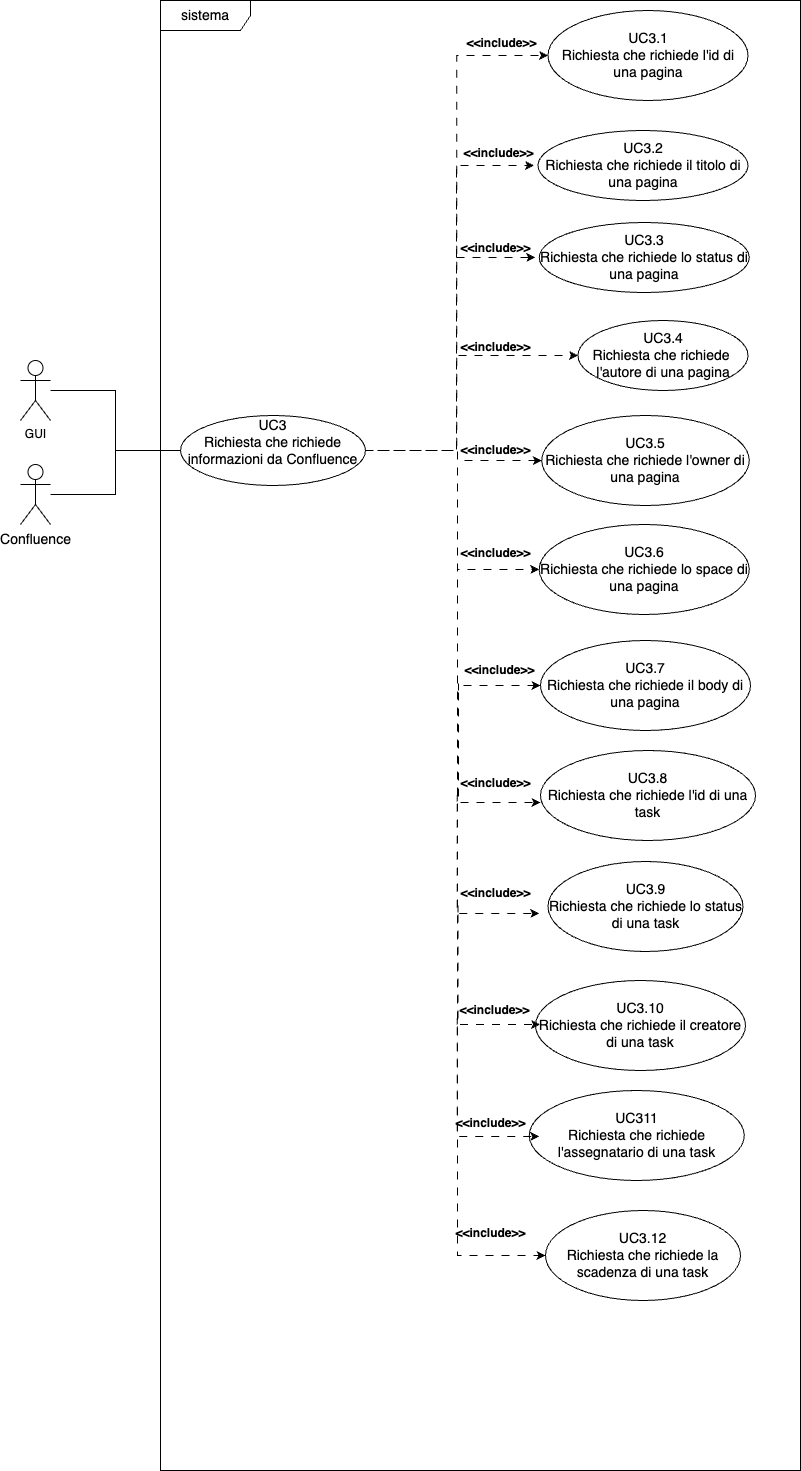
Earlier version of the draw.io export images/analisi-dei-requisiti/UCConfluence.png (SweeTenTeam/Docs). Source tidied: cells renumbered, new cells last; positions are measured from the earlier drawing's top-left corner, leaving out a move shared by most shapes.
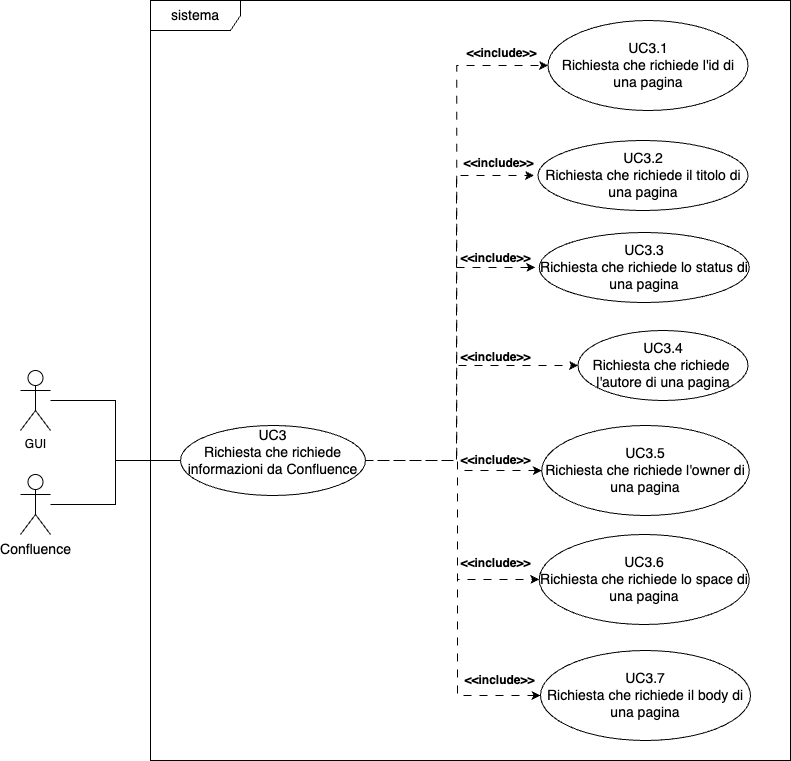
After the change.

What changed in the source:
```diff
@@ -3,7 +3,7 @@
     <mxCell id="0" />
     <mxCell id="1" parent="0" />
     <mxCell id="2" value="sistema" style="shape=umlFrame;whiteSpace=wrap;html=1;fontSize=14;width=90;height=30;" parent="1" vertex="1">
-      <mxGeometry x="140" width="640" height="1470" as="geometry" />
+      <mxGeometry x="130" y="-10" width="640" height="760" as="geometry" />
     </mxCell>
     <mxCell id="3" style="edgeStyle=orthogonalEdgeStyle;rounded=0;jettySize=auto;html=1;entryX=0;entryY=0.5;entryDx=0;entryDy=0;dashed=1;dashPattern=8 8;" parent="1" edge="1" source="11" target="18">
       <mxGeometry relative="1" as="geometry" />
@@ -64,15 +64,6 @@
         </Array>
       </mxGeometry>
     </mxCell>
-    <mxCell id="10" style="edgeStyle=orthogonalEdgeStyle;rounded=0;jettySize=auto;html=1;dashed=1;dashPattern=8 8;entryX=0;entryY=0.5;entryDx=0;entryDy=0;" parent="1" edge="1" target="36">
-      <mxGeometry relative="1" as="geometry">
-        <mxPoint x="342" y="450" as="sourcePoint" />
-        <Array as="points">
-          <mxPoint x="437" y="450" />
-          <mxPoint x="437" y="1255" />
-        </Array>
-      </mxGeometry>
-    </mxCell>
     <mxCell id="11" value="UC3&lt;div&gt;&lt;div&gt;Richiesta che richiede informazioni da Confluence&lt;/div&gt;&lt;div&gt;&lt;br&gt;&lt;/div&gt;&lt;/div&gt;" style="ellipse;whiteSpace=wrap;html=1;fontSize=14;" parent="1" vertex="1">
       <mxGeometry x="160" y="415" width="185" height="70" as="geometry" />
     </mxCell>
@@ -103,12 +94,6 @@
     <mxCell id="20" value="UC3.7&lt;div&gt;Richiesta che richiede il body di una pagina&lt;/div&gt;" style="ellipse;whiteSpace=wrap;html=1;fontSize=14;" parent="1" vertex="1">
       <mxGeometry x="520" y="640" width="210" height="90" as="geometry" />
     </mxCell>
-    <mxCell id="21" value="UC3.8&lt;div&gt;Richiesta che richiede l'id di una task&lt;/div&gt;" style="ellipse;whiteSpace=wrap;html=1;fontSize=14;" parent="1" vertex="1">
-      <mxGeometry x="520" y="750" width="215" height="90" as="geometry" />
-    </mxCell>
-    <mxCell id="22" value="UC3.9&lt;div&gt;Richiesta che richiede lo status di una task&lt;/div&gt;" style="ellipse;whiteSpace=wrap;html=1;fontSize=14;" parent="1" vertex="1">
-      <mxGeometry x="527.5" y="861" width="195" height="90" as="geometry" />
-    </mxCell>
     <mxCell id="23" value="UC3.3&lt;div&gt;Richiesta che richiede lo status di una pagina&lt;/div&gt;" style="ellipse;whiteSpace=wrap;html=1;fontSize=14;" parent="1" vertex="1">
       <mxGeometry x="518.8" y="222" width="210" height="70" as="geometry" />
     </mxCell>
@@ -136,69 +121,5 @@
     <mxCell id="31" value="&amp;lt;&amp;lt;include&amp;gt;&amp;gt;" style="text;align=center;fontStyle=1;verticalAlign=middle;spacingLeft=3;spacingRight=3;strokeColor=none;html=1;" parent="1" vertex="1">
       <mxGeometry x="438.8" y="657" width="80" height="26" as="geometry" />
     </mxCell>
-    <mxCell id="32" value="&amp;lt;&amp;lt;include&amp;gt;&amp;gt;" style="text;align=center;fontStyle=1;verticalAlign=middle;spacingLeft=3;spacingRight=3;strokeColor=none;html=1;" parent="1" vertex="1">
-      <mxGeometry x="435" y="770" width="80" height="26" as="geometry" />
-    </mxCell>
-    <mxCell id="33" value="&amp;lt;&amp;lt;include&amp;gt;&amp;gt;" style="text;align=center;fontStyle=1;verticalAlign=middle;spacingLeft=3;spacingRight=3;strokeColor=none;html=1;" parent="1" vertex="1">
-      <mxGeometry x="435" y="880" width="80" height="26" as="geometry" />
-    </mxCell>
-    <mxCell id="34" value="UC3.10&lt;div&gt;Richiesta che richiede il creatore di una task&lt;/div&gt;" style="ellipse;whiteSpace=wrap;html=1;fontSize=14;" parent="1" vertex="1">
-      <mxGeometry x="515" y="980" width="210" height="90" as="geometry" />
-    </mxCell>
-    <mxCell id="35" value="UC311&lt;div&gt;Richiesta che richiede l'assegnatario di una task&lt;/div&gt;" style="ellipse;whiteSpace=wrap;html=1;fontSize=14;" parent="1" vertex="1">
-      <mxGeometry x="508.8" y="1090" width="215" height="90" as="geometry" />
-    </mxCell>
-    <mxCell id="36" value="UC3.12&lt;div&gt;Richiesta che richiede la scadenza di una task&lt;/div&gt;" style="ellipse;whiteSpace=wrap;html=1;fontSize=14;" parent="1" vertex="1">
-      <mxGeometry x="525" y="1210" width="195" height="90" as="geometry" />
-    </mxCell>
-    <mxCell id="37" value="&amp;lt;&amp;lt;include&amp;gt;&amp;gt;" style="text;align=center;fontStyle=1;verticalAlign=middle;spacingLeft=3;spacingRight=3;strokeColor=none;html=1;" parent="1" vertex="1">
-      <mxGeometry x="433.8" y="997" width="80" height="26" as="geometry" />
-    </mxCell>
-    <mxCell id="38" value="&amp;lt;&amp;lt;include&amp;gt;&amp;gt;" style="text;align=center;fontStyle=1;verticalAlign=middle;spacingLeft=3;spacingRight=3;strokeColor=none;html=1;" parent="1" vertex="1">
-      <mxGeometry x="430" y="1110" width="80" height="26" as="geometry" />
-    </mxCell>
-    <mxCell id="39" value="&amp;lt;&amp;lt;include&amp;gt;&amp;gt;" style="text;align=center;fontStyle=1;verticalAlign=middle;spacingLeft=3;spacingRight=3;strokeColor=none;html=1;" parent="1" vertex="1">
-      <mxGeometry x="430" y="1220" width="80" height="26" as="geometry" />
-    </mxCell>
-    <mxCell id="40" style="edgeStyle=orthogonalEdgeStyle;rounded=0;orthogonalLoop=1;jettySize=auto;html=1;entryX=0;entryY=0.5;entryDx=0;entryDy=0;dashed=1;dashPattern=8 8;" parent="1" edge="1">
-      <mxGeometry relative="1" as="geometry">
-        <mxPoint x="438" y="690" as="sourcePoint" />
-        <mxPoint x="520" y="802" as="targetPoint" />
-        <Array as="points">
-          <mxPoint x="438" y="683" />
-          <mxPoint x="438" y="802" />
-        </Array>
-      </mxGeometry>
-    </mxCell>
-    <mxCell id="41" style="edgeStyle=orthogonalEdgeStyle;rounded=0;orthogonalLoop=1;jettySize=auto;html=1;entryX=0;entryY=0.5;entryDx=0;entryDy=0;dashed=1;dashPattern=8 8;" parent="1" edge="1">
-      <mxGeometry relative="1" as="geometry">
-        <mxPoint x="436.8" y="801" as="sourcePoint" />
-        <mxPoint x="518.8" y="913" as="targetPoint" />
-        <Array as="points">
-          <mxPoint x="436.8" y="794" />
-          <mxPoint x="436.8" y="913" />
-        </Array>
-      </mxGeometry>
-    </mxCell>
-    <mxCell id="42" style="edgeStyle=orthogonalEdgeStyle;rounded=0;orthogonalLoop=1;jettySize=auto;html=1;entryX=0;entryY=0.5;entryDx=0;entryDy=0;dashed=1;dashPattern=8 8;" parent="1" edge="1">
-      <mxGeometry relative="1" as="geometry">
-        <mxPoint x="437.5" y="912" as="sourcePoint" />
-        <mxPoint x="519.5" y="1024" as="targetPoint" />
-        <Array as="points">
-          <mxPoint x="437.5" y="905" />
-          <mxPoint x="437.5" y="1024" />
-        </Array>
-      </mxGeometry>
-    </mxCell>
-    <mxCell id="43" style="edgeStyle=orthogonalEdgeStyle;rounded=0;orthogonalLoop=1;jettySize=auto;html=1;entryX=0;entryY=0.5;entryDx=0;entryDy=0;dashed=1;dashPattern=8 8;" parent="1" edge="1">
-      <mxGeometry relative="1" as="geometry">
-        <mxPoint x="436.8" y="1024" as="sourcePoint" />
-        <mxPoint x="518.8" y="1136" as="targetPoint" />
-        <Array as="points">
-          <mxPoint x="436.8" y="1017" />
-          <mxPoint x="436.8" y="1136" />
-        </Array>
-      </mxGeometry>
-    </mxCell>
   </root>
 </mxGraphModel>
```
